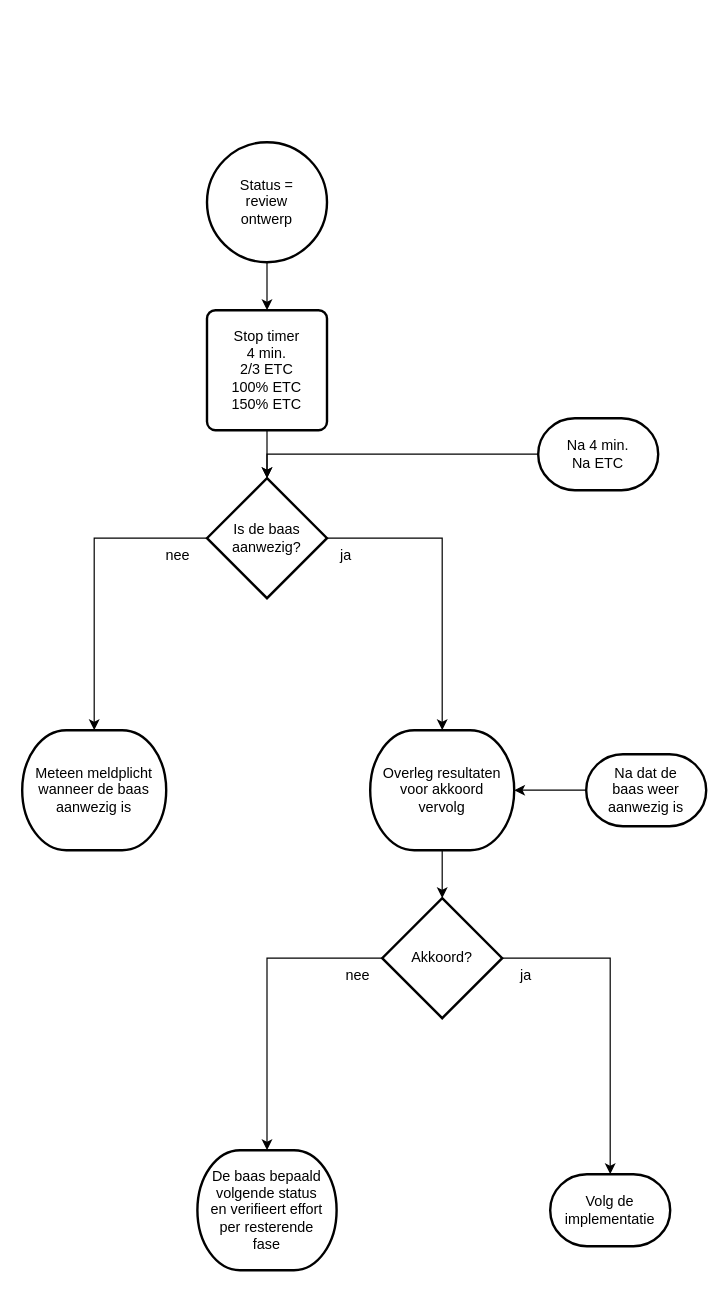
Earlier version of the draw.io diagram 6 Issue Tracker review ontwerp.drawio (Zaibatsu89/IssueTracker). Source tidied: cells renumbered, new cells numbered last; positions are measured from the earlier drawing's top-left corner, leaving out a move shared by most shapes. Both pictures are drawn from the tidied source at 120%, with x=0, y=0 at pixel (22, 142).
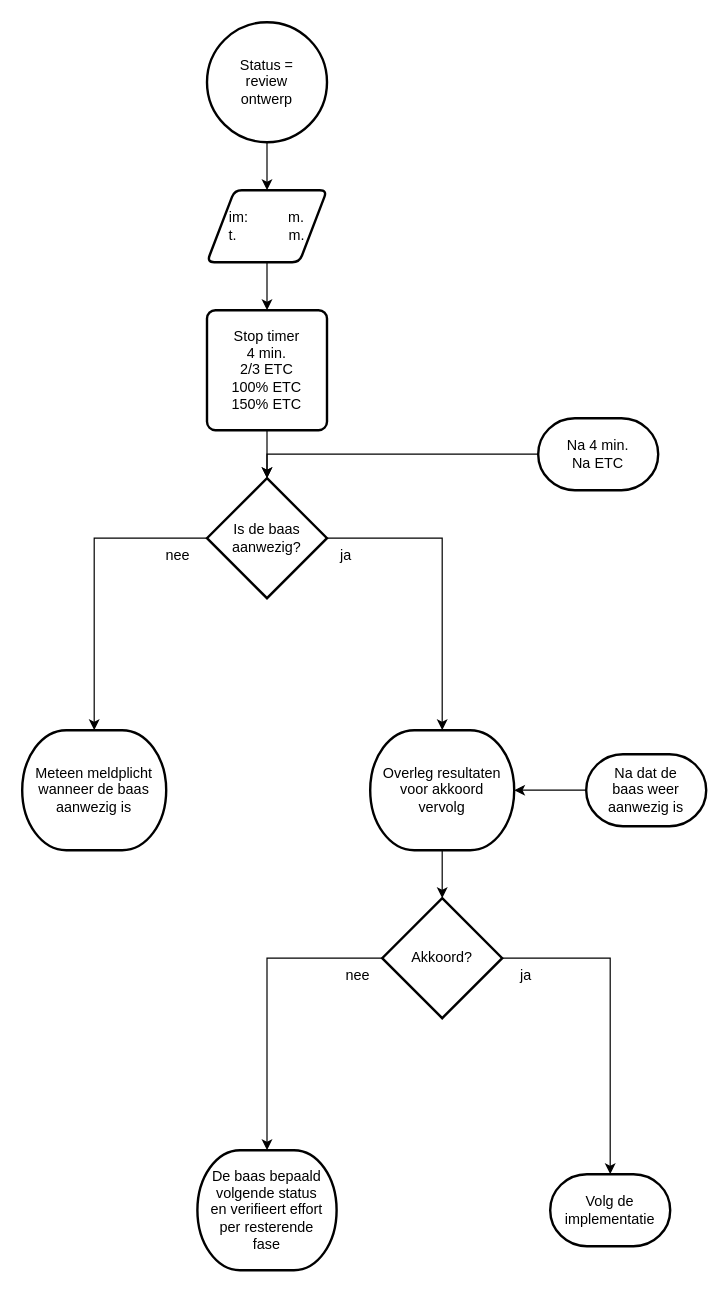
After the change.

The change refers to these unchanged cells:
```xml
<mxCell id="5" value="Stop timer&lt;br&gt;4 min.&lt;div&gt;2/3 ETC&lt;br&gt;100% ETC&lt;br&gt;150% ETC&lt;/div&gt;" style="rounded=1;whiteSpace=wrap;html=1;absoluteArcSize=1;arcSize=14;strokeWidth=2;" parent="1" vertex="1">
  <mxGeometry x="154" y="140" width="100" height="100" as="geometry" />
</mxCell>
```

Change to the diagram source:
```diff
@@
-    <mxCell id="2" style="edgeStyle=orthogonalEdgeStyle;rounded=0;jettySize=auto;html=1;" parent="1" edge="1" source="3" target="5">
-      <mxGeometry relative="1" as="geometry" />
-    </mxCell>
+    <mxCell id="25" style="edgeStyle=orthogonalEdgeStyle;rounded=0;jettySize=auto;html=1;" parent="1" edge="1" source="3" target="27">
+      <mxGeometry relative="1" as="geometry" />
+    </mxCell>
     <mxCell id="3" value="Status =&lt;br&gt;review&lt;br&gt;ontwerp" style="strokeWidth=2;html=1;shape=mxgraph.flowchart.start_2;whiteSpace=wrap;" parent="1" vertex="1">
-      <mxGeometry x="154" width="100" height="100" as="geometry" />
+      <mxGeometry x="154" y="-100" width="100" height="100" as="geometry" />
     </mxCell>
@@
+    <mxCell id="26" style="edgeStyle=orthogonalEdgeStyle;rounded=0;jettySize=auto;html=1;" parent="1" edge="1" source="27" target="5">
+      <mxGeometry relative="1" as="geometry" />
+    </mxCell>
+    <mxCell id="27" value="im:&amp;nbsp; &amp;nbsp; &amp;nbsp; &amp;nbsp; &amp;nbsp; m.&lt;br&gt;t.&amp;nbsp; &amp;nbsp; &amp;nbsp; &amp;nbsp; &amp;nbsp; &amp;nbsp; &amp;nbsp;m." style="shape=parallelogram;html=1;strokeWidth=2;perimeter=parallelogramPerimeter;whiteSpace=wrap;rounded=1;arcSize=12;size=0.23;" parent="1" vertex="1">
+      <mxGeometry x="154" y="40" width="100" height="60" as="geometry" />
+    </mxCell>
```
